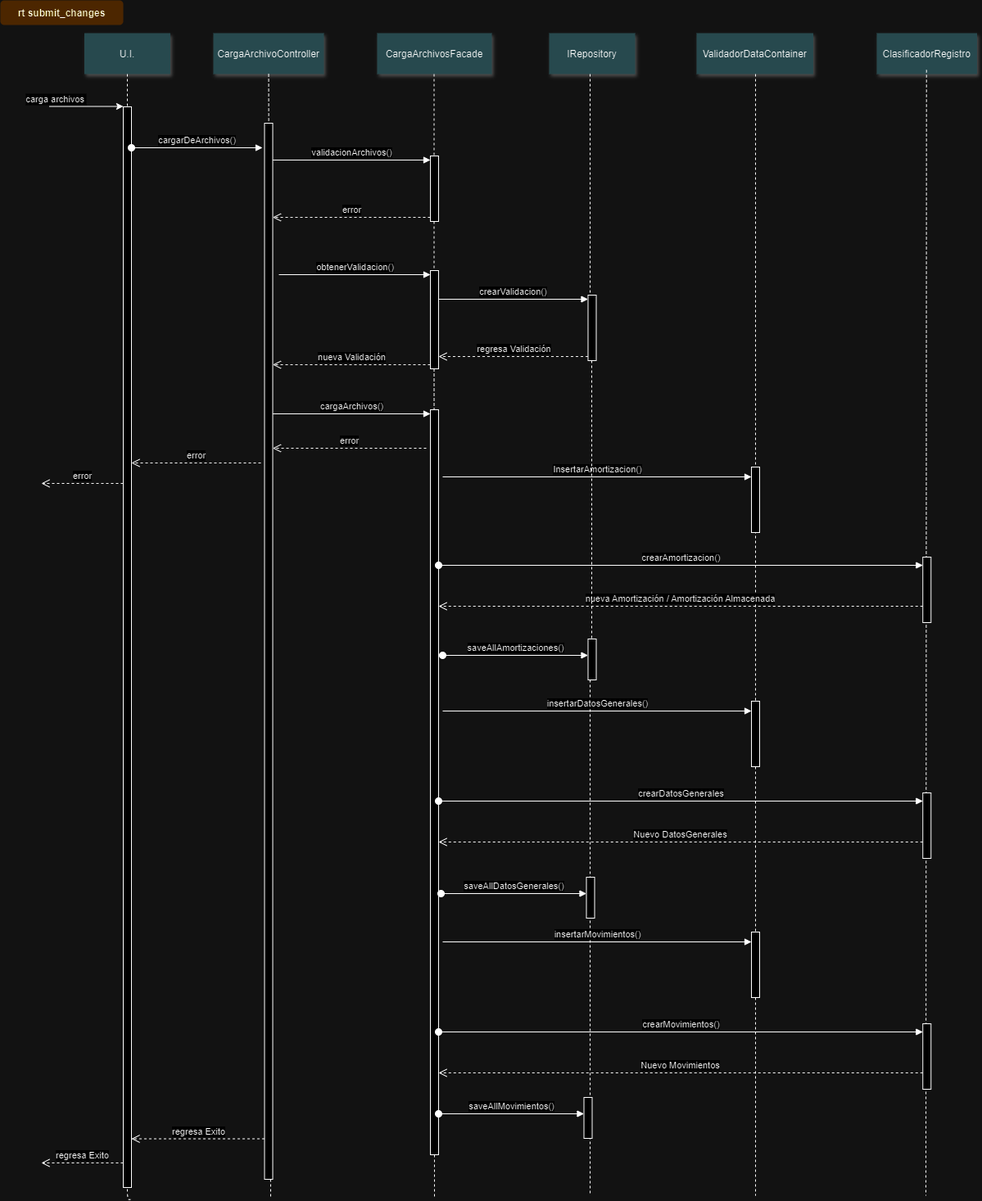
The draw.io diagram carga-archivos-seq.png in jjkun/diagramas, before a commit. Source tidied: cells renumbered, new cells last; positions are measured from the earlier drawing's top-left corner, leaving out a move shared by most shapes.
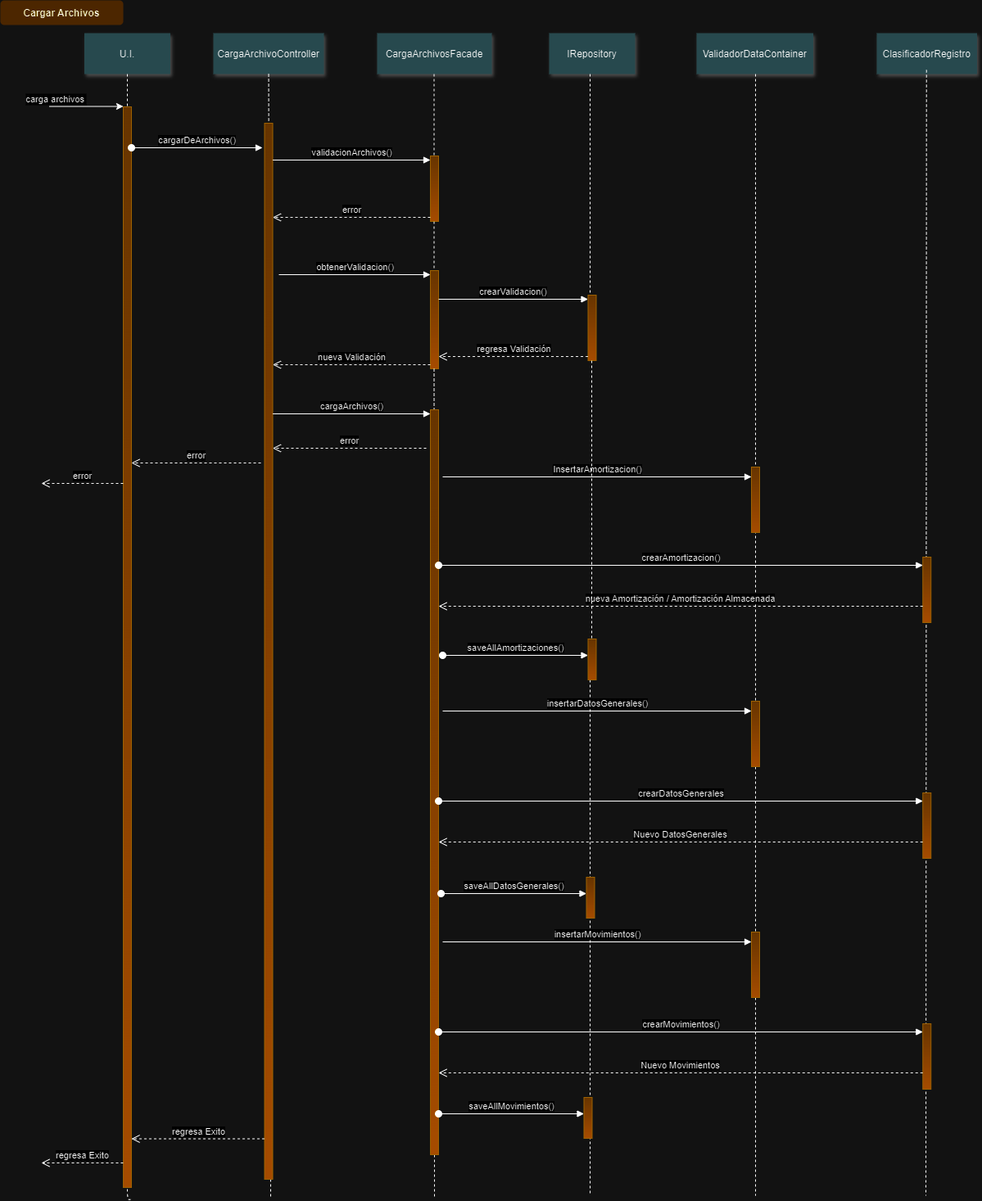
The same diagram one commit later.

Commit message:
Actualiza DS de carga de archivos

The edit, as a diff of the source:
```diff
@@ -45,13 +45,13 @@
         </Array>
       </mxGeometry>
     </mxCell>
-    <mxCell id="12" value="rt submit_changes" style="rounded=1;fontStyle=1;fillColor=#FFD966;strokeColor=none;" parent="1" vertex="1">
+    <mxCell id="12" value="Cargar Archivos" style="rounded=1;fontStyle=1;fillColor=#FFD966;strokeColor=none;" parent="1" vertex="1">
       <mxGeometry width="150" height="30" as="geometry" />
     </mxCell>
-    <mxCell id="13" style="html=1;points=[[0,0,0,0,5],[0,1,0,0,-5],[1,0,0,0,5],[1,1,0,0,-5]];perimeter=orthogonalPerimeter;outlineConnect=0;targetShapes=umlLifeline;portConstraint=eastwest;newEdgeStyle={&quot;curved&quot;:0,&quot;rounded&quot;:0};" parent="1" vertex="1">
+    <mxCell id="13" style="html=1;points=[[0,0,0,0,5],[0,1,0,0,-5],[1,0,0,0,5],[1,1,0,0,-5]];perimeter=orthogonalPerimeter;outlineConnect=0;targetShapes=umlLifeline;portConstraint=eastwest;newEdgeStyle={&quot;curved&quot;:0,&quot;rounded&quot;:0};fillColor=#ffcd28;strokeColor=#d79b00;fillStyle=solid;gradientColor=#ffa500;" parent="1" vertex="1">
       <mxGeometry x="150" y="130" width="10" height="1320" as="geometry" />
     </mxCell>
-    <mxCell id="14" style="html=1;points=[[0,0,0,0,5],[0,1,0,0,-5],[1,0,0,0,5],[1,1,0,0,-5]];perimeter=orthogonalPerimeter;outlineConnect=0;targetShapes=umlLifeline;portConstraint=eastwest;newEdgeStyle={&quot;curved&quot;:0,&quot;rounded&quot;:0};" parent="1" vertex="1">
+    <mxCell id="14" style="html=1;points=[[0,0,0,0,5],[0,1,0,0,-5],[1,0,0,0,5],[1,1,0,0,-5]];perimeter=orthogonalPerimeter;outlineConnect=0;targetShapes=umlLifeline;portConstraint=eastwest;newEdgeStyle={&quot;curved&quot;:0,&quot;rounded&quot;:0};fillColor=#ffcd28;gradientColor=#ffa500;strokeColor=#d79b00;" parent="1" vertex="1">
       <mxGeometry x="322.5" y="150" width="10" height="1290" as="geometry" />
     </mxCell>
     <mxCell id="15" value="cargarDeArchivos()" style="html=1;verticalAlign=bottom;startArrow=oval;startFill=1;endArrow=block;startSize=8;curved=0;rounded=0;" parent="1" edge="1">
@@ -66,7 +66,7 @@
         <mxPoint x="529.5" y="200" as="targetPoint" />
       </mxGeometry>
     </mxCell>
-    <mxCell id="17" style="html=1;points=[[0,0,0,0,5],[0,1,0,0,-5],[1,0,0,0,5],[1,1,0,0,-5]];perimeter=orthogonalPerimeter;outlineConnect=0;targetShapes=umlLifeline;portConstraint=eastwest;newEdgeStyle={&quot;curved&quot;:0,&quot;rounded&quot;:0};" parent="1" vertex="1">
+    <mxCell id="17" style="html=1;points=[[0,0,0,0,5],[0,1,0,0,-5],[1,0,0,0,5],[1,1,0,0,-5]];perimeter=orthogonalPerimeter;outlineConnect=0;targetShapes=umlLifeline;portConstraint=eastwest;newEdgeStyle={&quot;curved&quot;:0,&quot;rounded&quot;:0};fillColor=#ffcd28;gradientColor=#ffa500;strokeColor=#d79b00;" parent="1" vertex="1">
       <mxGeometry x="525" y="190" width="10" height="80" as="geometry" />
     </mxCell>
     <mxCell id="18" value="validacionArchivos()" style="html=1;verticalAlign=bottom;endArrow=block;curved=0;rounded=0;entryX=0;entryY=0;entryDx=0;entryDy=5;" parent="1" edge="1" target="17">
@@ -84,7 +84,7 @@
         <mxPoint x="529.5" y="270" as="sourcePoint" />
       </mxGeometry>
     </mxCell>
-    <mxCell id="21" style="html=1;points=[[0,0,0,0,5],[0,1,0,0,-5],[1,0,0,0,5],[1,1,0,0,-5]];perimeter=orthogonalPerimeter;outlineConnect=0;targetShapes=umlLifeline;portConstraint=eastwest;newEdgeStyle={&quot;curved&quot;:0,&quot;rounded&quot;:0};" parent="1" vertex="1">
+    <mxCell id="21" style="html=1;points=[[0,0,0,0,5],[0,1,0,0,-5],[1,0,0,0,5],[1,1,0,0,-5]];perimeter=orthogonalPerimeter;outlineConnect=0;targetShapes=umlLifeline;portConstraint=eastwest;newEdgeStyle={&quot;curved&quot;:0,&quot;rounded&quot;:0};fillColor=#ffcd28;gradientColor=#ffa500;strokeColor=#d79b00;" parent="1" vertex="1">
       <mxGeometry x="525" y="330" width="10" height="120" as="geometry" />
     </mxCell>
     <mxCell id="22" value="obtenerValidacion()" style="html=1;verticalAlign=bottom;endArrow=block;curved=0;rounded=0;entryX=0;entryY=0;entryDx=0;entryDy=5;" parent="1" edge="1" target="21">
@@ -95,7 +95,7 @@
     <mxCell id="23" value="nueva Validación" style="html=1;verticalAlign=bottom;endArrow=open;dashed=1;endSize=8;curved=0;rounded=0;exitX=0;exitY=1;exitDx=0;exitDy=-5;" parent="1" edge="1" source="21" target="14">
       <mxGeometry relative="1" as="geometry" />
     </mxCell>
-    <mxCell id="24" style="html=1;points=[[0,0,0,0,5],[0,1,0,0,-5],[1,0,0,0,5],[1,1,0,0,-5]];perimeter=orthogonalPerimeter;outlineConnect=0;targetShapes=umlLifeline;portConstraint=eastwest;newEdgeStyle={&quot;curved&quot;:0,&quot;rounded&quot;:0};" parent="1" vertex="1">
+    <mxCell id="24" style="html=1;points=[[0,0,0,0,5],[0,1,0,0,-5],[1,0,0,0,5],[1,1,0,0,-5]];perimeter=orthogonalPerimeter;outlineConnect=0;targetShapes=umlLifeline;portConstraint=eastwest;newEdgeStyle={&quot;curved&quot;:0,&quot;rounded&quot;:0};fillColor=#ffcd28;gradientColor=#ffa500;strokeColor=#d79b00;" parent="1" vertex="1">
       <mxGeometry x="717.5" y="360" width="10" height="80" as="geometry" />
     </mxCell>
     <mxCell id="25" value="crearValidacion()" style="html=1;verticalAlign=bottom;endArrow=block;curved=0;rounded=0;entryX=0;entryY=0;entryDx=0;entryDy=5;" parent="1" edge="1" target="24">
@@ -114,7 +114,7 @@
         <mxPoint x="530" y="1462.4" as="targetPoint" />
       </mxGeometry>
     </mxCell>
-    <mxCell id="28" style="html=1;points=[[0,0,0,0,5],[0,1,0,0,-5],[1,0,0,0,5],[1,1,0,0,-5]];perimeter=orthogonalPerimeter;outlineConnect=0;targetShapes=umlLifeline;portConstraint=eastwest;newEdgeStyle={&quot;curved&quot;:0,&quot;rounded&quot;:0};" parent="1" vertex="1">
+    <mxCell id="28" style="html=1;points=[[0,0,0,0,5],[0,1,0,0,-5],[1,0,0,0,5],[1,1,0,0,-5]];perimeter=orthogonalPerimeter;outlineConnect=0;targetShapes=umlLifeline;portConstraint=eastwest;newEdgeStyle={&quot;curved&quot;:0,&quot;rounded&quot;:0};fillColor=#ffcd28;gradientColor=#ffa500;strokeColor=#d79b00;" parent="1" vertex="1">
       <mxGeometry x="525" y="500" width="10" height="910" as="geometry" />
     </mxCell>
     <mxCell id="29" value="cargaArchivos()" style="html=1;verticalAlign=bottom;endArrow=block;curved=0;rounded=0;entryX=0;entryY=0;entryDx=0;entryDy=5;" parent="1" edge="1" target="28">
@@ -139,7 +139,7 @@
         <mxPoint x="922" y="1460" as="targetPoint" />
       </mxGeometry>
     </mxCell>
-    <mxCell id="33" style="html=1;perimeter=orthogonalPerimeter;targetShapes=umlLifeline;newEdgeStyle={&quot;curved&quot;:0,&quot;rounded&quot;:0};" parent="1" vertex="1">
+    <mxCell id="33" style="html=1;perimeter=orthogonalPerimeter;targetShapes=umlLifeline;newEdgeStyle={&quot;curved&quot;:0,&quot;rounded&quot;:0};fillColor=#ffcd28;gradientColor=#ffa500;strokeColor=#d79b00;" parent="1" vertex="1">
       <mxGeometry x="917" y="570" width="10" height="80" as="geometry" />
     </mxCell>
     <mxCell id="34" value="InsertarAmortizacion()" style="html=1;verticalAlign=bottom;endArrow=block;curved=0;rounded=0;entryX=0;entryY=0;entryDx=0;entryDy=5;" parent="1" edge="1">
@@ -154,7 +154,7 @@
         <mxPoint x="1130" y="1460" as="targetPoint" />
       </mxGeometry>
     </mxCell>
-    <mxCell id="36" style="html=1;points=[[0,0,0,0,5],[0,1,0,0,-5],[1,0,0,0,5],[1,1,0,0,-5]];perimeter=orthogonalPerimeter;outlineConnect=0;targetShapes=umlLifeline;portConstraint=eastwest;newEdgeStyle={&quot;curved&quot;:0,&quot;rounded&quot;:0};" parent="1" vertex="1">
+    <mxCell id="36" style="html=1;points=[[0,0,0,0,5],[0,1,0,0,-5],[1,0,0,0,5],[1,1,0,0,-5]];perimeter=orthogonalPerimeter;outlineConnect=0;targetShapes=umlLifeline;portConstraint=eastwest;newEdgeStyle={&quot;curved&quot;:0,&quot;rounded&quot;:0};fillColor=#ffcd28;gradientColor=#ffa500;strokeColor=#d79b00;" parent="1" vertex="1">
       <mxGeometry x="1126.2" y="680" width="10" height="80" as="geometry" />
     </mxCell>
     <mxCell id="37" value="crearAmortizacion()" style="html=1;verticalAlign=bottom;startArrow=oval;startFill=1;endArrow=block;startSize=8;curved=0;rounded=0;" parent="1" edge="1" target="36">
@@ -167,7 +167,7 @@
         <mxPoint x="1126.2" y="740" as="sourcePoint" />
       </mxGeometry>
     </mxCell>
-    <mxCell id="39" style="html=1;points=[[0,0,0,0,5],[0,1,0,0,-5],[1,0,0,0,5],[1,1,0,0,-5]];perimeter=orthogonalPerimeter;outlineConnect=0;targetShapes=umlLifeline;portConstraint=eastwest;newEdgeStyle={&quot;curved&quot;:0,&quot;rounded&quot;:0};" parent="1" vertex="1">
+    <mxCell id="39" style="html=1;points=[[0,0,0,0,5],[0,1,0,0,-5],[1,0,0,0,5],[1,1,0,0,-5]];perimeter=orthogonalPerimeter;outlineConnect=0;targetShapes=umlLifeline;portConstraint=eastwest;newEdgeStyle={&quot;curved&quot;:0,&quot;rounded&quot;:0};fillColor=#ffcd28;gradientColor=#ffa500;strokeColor=#d79b00;" parent="1" vertex="1">
       <mxGeometry x="1126.2" y="968" width="10" height="80" as="geometry" />
     </mxCell>
     <mxCell id="40" value="crearDatosGenerales" style="html=1;verticalAlign=bottom;startArrow=oval;startFill=1;endArrow=block;startSize=8;curved=0;rounded=0;" parent="1" edge="1" target="39">
@@ -181,7 +181,7 @@
         <mxPoint x="535" y="1028" as="targetPoint" />
       </mxGeometry>
     </mxCell>
-    <mxCell id="42" style="html=1;perimeter=orthogonalPerimeter;targetShapes=umlLifeline;newEdgeStyle={&quot;curved&quot;:0,&quot;rounded&quot;:0};" parent="1" vertex="1">
+    <mxCell id="42" style="html=1;perimeter=orthogonalPerimeter;targetShapes=umlLifeline;newEdgeStyle={&quot;curved&quot;:0,&quot;rounded&quot;:0};fillColor=#ffcd28;gradientColor=#ffa500;strokeColor=#d79b00;" parent="1" vertex="1">
       <mxGeometry x="917" y="856" width="10" height="80" as="geometry" />
     </mxCell>
     <mxCell id="43" value="insertarDatosGenerales()" style="html=1;verticalAlign=bottom;endArrow=block;curved=0;rounded=0;entryX=0;entryY=0;entryDx=0;entryDy=5;" parent="1" edge="1">
@@ -190,7 +190,7 @@
         <mxPoint x="917" y="868" as="targetPoint" />
       </mxGeometry>
     </mxCell>
-    <mxCell id="44" style="html=1;points=[[0,0,0,0,5],[0,1,0,0,-5],[1,0,0,0,5],[1,1,0,0,-5]];perimeter=orthogonalPerimeter;outlineConnect=0;targetShapes=umlLifeline;portConstraint=eastwest;newEdgeStyle={&quot;curved&quot;:0,&quot;rounded&quot;:0};" parent="1" vertex="1">
+    <mxCell id="44" style="html=1;points=[[0,0,0,0,5],[0,1,0,0,-5],[1,0,0,0,5],[1,1,0,0,-5]];perimeter=orthogonalPerimeter;outlineConnect=0;targetShapes=umlLifeline;portConstraint=eastwest;newEdgeStyle={&quot;curved&quot;:0,&quot;rounded&quot;:0};fillColor=#ffcd28;gradientColor=#ffa500;strokeColor=#d79b00;" parent="1" vertex="1">
       <mxGeometry x="1126.2" y="1250" width="10" height="80" as="geometry" />
     </mxCell>
     <mxCell id="45" value="crearMovimientos()" style="html=1;verticalAlign=bottom;startArrow=oval;startFill=1;endArrow=block;startSize=8;curved=0;rounded=0;" parent="1" edge="1" target="44">
@@ -204,7 +204,7 @@
         <mxPoint x="535" y="1310" as="targetPoint" />
       </mxGeometry>
     </mxCell>
-    <mxCell id="47" style="html=1;perimeter=orthogonalPerimeter;targetShapes=umlLifeline;newEdgeStyle={&quot;curved&quot;:0,&quot;rounded&quot;:0};" parent="1" vertex="1">
+    <mxCell id="47" style="html=1;perimeter=orthogonalPerimeter;targetShapes=umlLifeline;newEdgeStyle={&quot;curved&quot;:0,&quot;rounded&quot;:0};fillColor=#ffcd28;gradientColor=#ffa500;strokeColor=#d79b00;" parent="1" vertex="1">
       <mxGeometry x="917" y="1138" width="10" height="80" as="geometry" />
     </mxCell>
     <mxCell id="48" value="insertarMovimientos()" style="html=1;verticalAlign=bottom;endArrow=block;curved=0;rounded=0;entryX=0;entryY=0;entryDx=0;entryDy=5;" parent="1" edge="1">
@@ -218,7 +218,7 @@
         <mxPoint x="722" y="440" as="sourcePoint" />
       </mxGeometry>
     </mxCell>
-    <mxCell id="50" style="html=1;points=[[0,0,0,0,5],[0,1,0,0,-5],[1,0,0,0,5],[1,1,0,0,-5]];perimeter=orthogonalPerimeter;outlineConnect=0;targetShapes=umlLifeline;portConstraint=eastwest;newEdgeStyle={&quot;curved&quot;:0,&quot;rounded&quot;:0};" parent="1" vertex="1">
+    <mxCell id="50" style="html=1;points=[[0,0,0,0,5],[0,1,0,0,-5],[1,0,0,0,5],[1,1,0,0,-5]];perimeter=orthogonalPerimeter;outlineConnect=0;targetShapes=umlLifeline;portConstraint=eastwest;newEdgeStyle={&quot;curved&quot;:0,&quot;rounded&quot;:0};fillColor=#ffcd28;gradientColor=#ffa500;strokeColor=#d79b00;" parent="1" vertex="1">
       <mxGeometry x="717.5" y="780" width="10" height="50" as="geometry" />
     </mxCell>
     <mxCell id="51" value="saveAllAmortizaciones()" style="html=1;verticalAlign=bottom;startArrow=oval;startFill=1;endArrow=block;startSize=8;curved=0;rounded=0;" parent="1" edge="1" target="50">
@@ -226,7 +226,7 @@
         <mxPoint x="540" y="800" as="sourcePoint" />
       </mxGeometry>
     </mxCell>
-    <mxCell id="52" style="html=1;points=[[0,0,0,0,5],[0,1,0,0,-5],[1,0,0,0,5],[1,1,0,0,-5]];perimeter=orthogonalPerimeter;outlineConnect=0;targetShapes=umlLifeline;portConstraint=eastwest;newEdgeStyle={&quot;curved&quot;:0,&quot;rounded&quot;:0};" parent="1" vertex="1">
+    <mxCell id="52" style="html=1;points=[[0,0,0,0,5],[0,1,0,0,-5],[1,0,0,0,5],[1,1,0,0,-5]];perimeter=orthogonalPerimeter;outlineConnect=0;targetShapes=umlLifeline;portConstraint=eastwest;newEdgeStyle={&quot;curved&quot;:0,&quot;rounded&quot;:0};fillColor=#ffcd28;gradientColor=#ffa500;strokeColor=#d79b00;" parent="1" vertex="1">
       <mxGeometry x="715.5" y="1071" width="10" height="50" as="geometry" />
     </mxCell>
     <mxCell id="53" value="saveAllDatosGenerales()" style="html=1;verticalAlign=bottom;startArrow=oval;startFill=1;endArrow=block;startSize=8;curved=0;rounded=0;" parent="1" edge="1" target="52">
@@ -234,7 +234,7 @@
         <mxPoint x="538" y="1091" as="sourcePoint" />
       </mxGeometry>
     </mxCell>
-    <mxCell id="54" style="html=1;points=[[0,0,0,0,5],[0,1,0,0,-5],[1,0,0,0,5],[1,1,0,0,-5]];perimeter=orthogonalPerimeter;outlineConnect=0;targetShapes=umlLifeline;portConstraint=eastwest;newEdgeStyle={&quot;curved&quot;:0,&quot;rounded&quot;:0};" parent="1" vertex="1">
+    <mxCell id="54" style="html=1;points=[[0,0,0,0,5],[0,1,0,0,-5],[1,0,0,0,5],[1,1,0,0,-5]];perimeter=orthogonalPerimeter;outlineConnect=0;targetShapes=umlLifeline;portConstraint=eastwest;newEdgeStyle={&quot;curved&quot;:0,&quot;rounded&quot;:0};fillColor=#ffcd28;gradientColor=#ffa500;strokeColor=#d79b00;" parent="1" vertex="1">
       <mxGeometry x="712.5" y="1340" width="10" height="50" as="geometry" />
     </mxCell>
     <mxCell id="55" value="saveAllMovimientos()" style="html=1;verticalAlign=bottom;startArrow=oval;startFill=1;endArrow=block;startSize=8;curved=0;rounded=0;" parent="1" edge="1" target="54">
```
